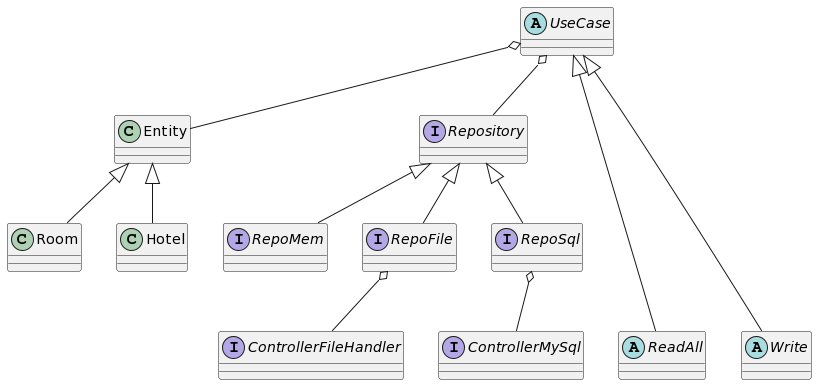
The PlantUML diagram UML/main_simple.png in rj3316/clean_arquitecture_rentomatic, before a commit.
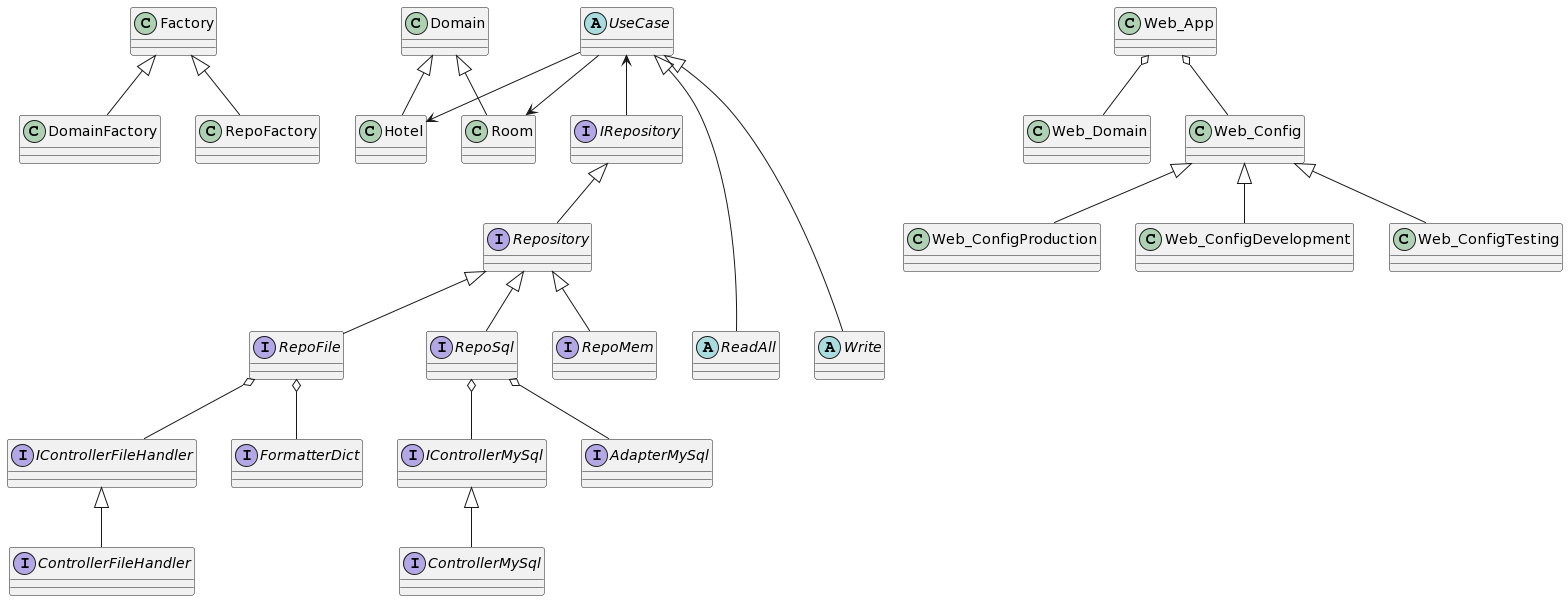
The same file after the commit.

Commit message:
Update UML diagram

The edit, as a diff of the source:
```diff
@@ -1,32 +1,72 @@
 @startuml
-class Entity
+class Factory
+class DomainFactory
+class RepoFactory
+
+class Domain
 class Room
 class Hotel
 
+interface IRepository
 interface Repository
 interface RepoMem
 interface RepoFile
 interface RepoSql
+
+interface IControllerFileHandler
 interface ControllerFileHandler
+
+interface IControllerMySql
 interface ControllerMySql
+
+interface AdapterMySql
+interface FormatterDict
+
+class Web_App
+class Web_Domain
+class Web_Config
+class Web_ConfigProduction
+class Web_ConfigDevelopment
+class Web_ConfigTesting
 
 abstract UseCase
 abstract ReadAll
 abstract Write
 
-Entity <|-- Room
-Entity <|-- Hotel
+
+Factory <|-- DomainFactory
+Factory <|-- RepoFactory
+
+Domain <|-- Room
+Domain <|-- Hotel
+
+IRepository <|-- Repository
 
 Repository <|-- RepoMem
 Repository <|-- RepoFile
 Repository <|-- RepoSql
 
-RepoFile o-- ControllerFileHandler
-RepoSql o-- ControllerMySql
+RepoFile o-- IControllerFileHandler
+IControllerFileHandler <|-- ControllerFileHandler
+
+RepoFile o-- FormatterDict
+
+
+RepoSql o-- IControllerMySql
+IControllerMySql <|-- ControllerMySql
+RepoSql o-- AdapterMySql
 
 UseCase <|---- ReadAll
 UseCase <|---- Write
 
-UseCase o-- Repository
-UseCase o-- Entity
+UseCase --> Room
+UseCase --> Hotel
+UseCase <-- IRepository
+
+Web_Config <|-- Web_ConfigProduction
+Web_Config <|-- Web_ConfigDevelopment
+Web_Config <|-- Web_ConfigTesting
+
+Web_App o-- Web_Config
+Web_App o-- Web_Domain
 @enduml
```
